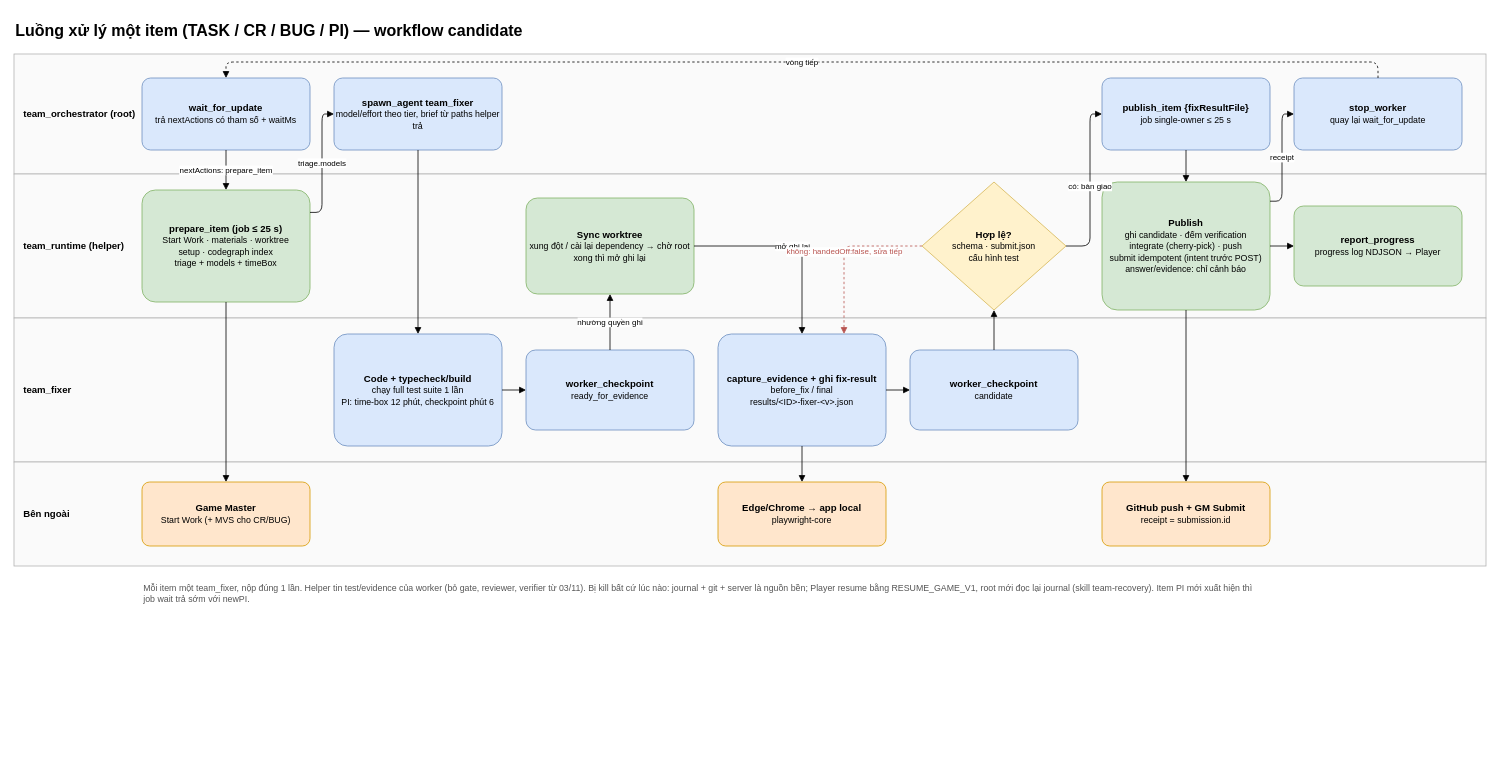
Above: page "Luồng một item" (2 of 3) of docs/team-pack/architecture.drawio in vinh27012004/backlog-agent (draw.io), before the change. Source tidied: cells renumbered, new cells numbered last; positions are measured from the earlier drawing's top-left corner, leaving out a move shared by most shapes. Both pictures are drawn from the tidied source at 80%, with x=0, y=0 at pixel (14, 14).
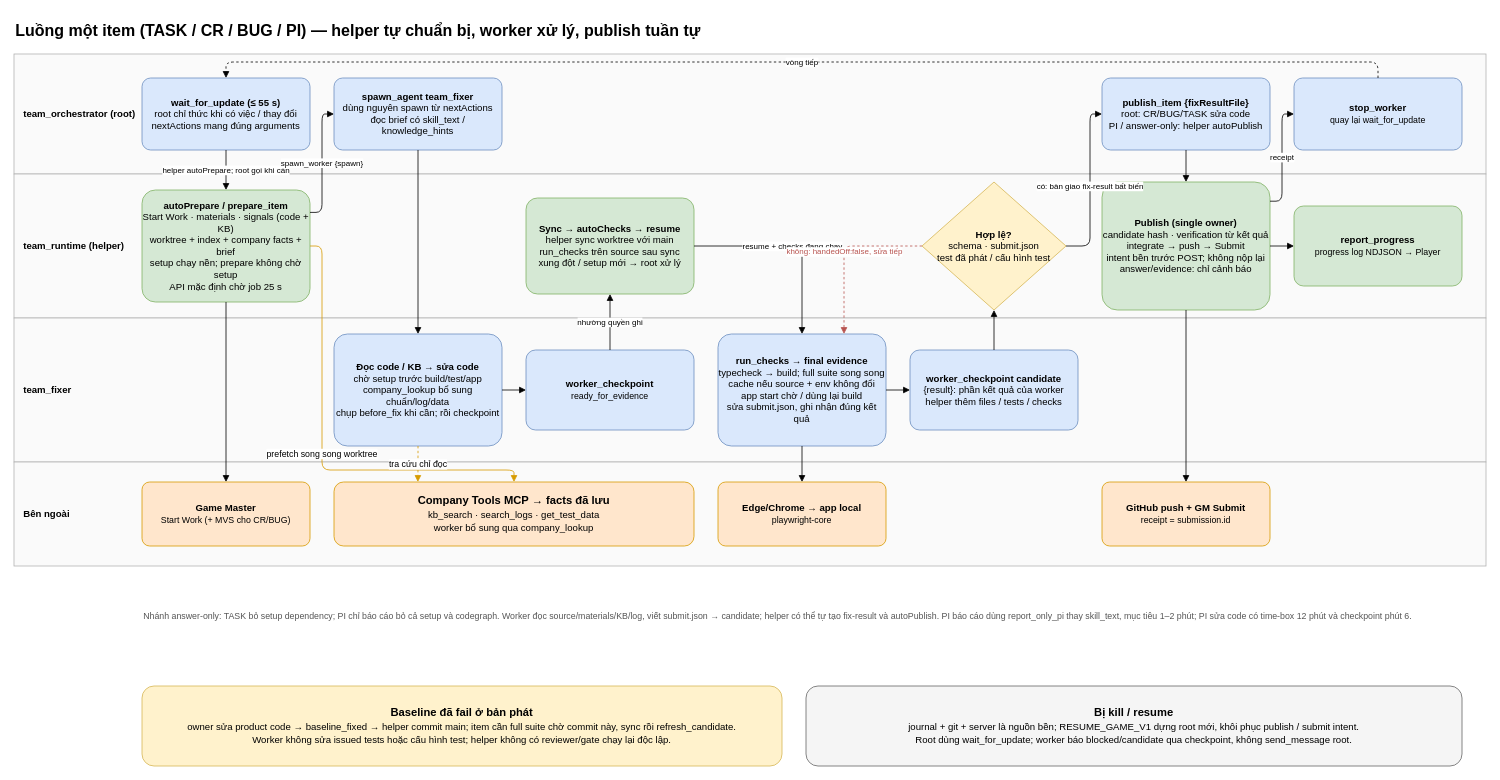
The same diagram, later.

What changed in the source:
```diff
@@
-    <mxCell id="2" value="Luồng xử lý một item (TASK / CR / BUG / PI) — workflow candidate" style="text;html=1;align=left;verticalAlign=middle;fontSize=20;fontStyle=1;" parent="1" vertex="1">
-      <mxGeometry width="1200" height="40" as="geometry" />
+    <mxCell id="2" value="Luồng một item (TASK / CR / BUG / PI) — helper tự chuẩn bị, worker xử lý, publish tuần tự" style="text;html=1;align=left;verticalAlign=middle;fontSize=20;fontStyle=1;" parent="1" vertex="1">
+      <mxGeometry width="1810" height="40" as="geometry" />
     </mxCell>
@@
-    <mxCell id="7" value="&lt;b&gt;wait_for_update&lt;/b&gt;&lt;br&gt;&lt;font style=&quot;font-size:11px&quot;&gt;trả nextActions có tham số + waitMs&lt;/font&gt;" style="rounded=1;whiteSpace=wrap;html=1;arcSize=12;fillColor=#dae8fc;strokeColor=#6c8ebf;" parent="1" vertex="1">
+    <mxCell id="7" value="&lt;b&gt;wait_for_update (≤ 55 s)&lt;/b&gt;&lt;br&gt;&lt;font style=&quot;font-size:12px&quot;&gt;root chỉ thức khi có việc / thay đổi&lt;br&gt;nextActions mang đúng arguments&lt;/font&gt;" style="rounded=1;whiteSpace=wrap;html=1;arcSize=12;fillColor=#dae8fc;strokeColor=#6c8ebf;" parent="1" vertex="1">
       <mxGeometry x="160" y="80" width="210" height="90" as="geometry" />
     </mxCell>
-    <mxCell id="8" value="&lt;b&gt;prepare_item (job ≤ 25 s)&lt;/b&gt;&lt;br&gt;&lt;font style=&quot;font-size:11px&quot;&gt;Start Work · materials · worktree&lt;br&gt;setup · codegraph index&lt;br&gt;triage + models + timeBox&lt;/font&gt;" style="rounded=1;whiteSpace=wrap;html=1;arcSize=12;fillColor=#d5e8d4;strokeColor=#82b366;" parent="1" vertex="1">
+    <mxCell id="8" value="&lt;b&gt;autoPrepare / prepare_item&lt;/b&gt;&lt;br&gt;&lt;font style=&quot;font-size:12px&quot;&gt;Start Work · materials · signals (code + KB)&lt;br&gt;worktree + index + company facts + brief&lt;br&gt;setup chạy nền; prepare không chờ setup&lt;br&gt;API mặc định chờ job 25 s&lt;/font&gt;" style="rounded=1;whiteSpace=wrap;html=1;arcSize=12;fillColor=#d5e8d4;strokeColor=#82b366;" parent="1" vertex="1">
       <mxGeometry x="160" y="220" width="210" height="140" as="geometry" />
     </mxCell>
@@
-    <mxCell id="10" value="&lt;b&gt;spawn_agent team_fixer&lt;/b&gt;&lt;br&gt;&lt;font style=&quot;font-size:11px&quot;&gt;model/effort theo tier, brief từ paths helper trả&lt;/font&gt;" style="rounded=1;whiteSpace=wrap;html=1;arcSize=12;fillColor=#dae8fc;strokeColor=#6c8ebf;" parent="1" vertex="1">
+    <mxCell id="10" value="&lt;b&gt;spawn_agent team_fixer&lt;/b&gt;&lt;br&gt;&lt;font style=&quot;font-size:12px&quot;&gt;dùng nguyên spawn từ nextActions&lt;br&gt;đọc brief có skill_text / knowledge_hints&lt;/font&gt;" style="rounded=1;whiteSpace=wrap;html=1;arcSize=12;fillColor=#dae8fc;strokeColor=#6c8ebf;" parent="1" vertex="1">
       <mxGeometry x="400" y="80" width="210" height="90" as="geometry" />
     </mxCell>
-    <mxCell id="11" value="&lt;b&gt;Code + typecheck/build&lt;/b&gt;&lt;br&gt;&lt;font style=&quot;font-size:11px&quot;&gt;chạy full test suite 1 lần&lt;br&gt;PI: time-box 12 phút, checkpoint phút 6&lt;/font&gt;" style="rounded=1;whiteSpace=wrap;html=1;arcSize=12;fillColor=#dae8fc;strokeColor=#6c8ebf;" parent="1" vertex="1">
+    <mxCell id="11" value="&lt;b&gt;Đọc code / KB → sửa code&lt;/b&gt;&lt;br&gt;&lt;font style=&quot;font-size:12px&quot;&gt;chờ setup trước build/test/app&lt;br&gt;company_lookup bổ sung chuẩn/log/data&lt;br&gt;chụp before_fix khi cần; rồi checkpoint&lt;/font&gt;" style="rounded=1;whiteSpace=wrap;html=1;arcSize=12;fillColor=#dae8fc;strokeColor=#6c8ebf;" parent="1" vertex="1">
       <mxGeometry x="400" y="400" width="210" height="140" as="geometry" />
     </mxCell>
@@
-    <mxCell id="13" value="&lt;b&gt;Sync worktree&lt;/b&gt;&lt;br&gt;&lt;font style=&quot;font-size:11px&quot;&gt;xung đột / cài lại dependency → chờ root&lt;br&gt;xong thì mở ghi lại&lt;/font&gt;" style="rounded=1;whiteSpace=wrap;html=1;arcSize=12;fillColor=#d5e8d4;strokeColor=#82b366;" parent="1" vertex="1">
+    <mxCell id="13" value="&lt;b&gt;Sync → autoChecks → resume&lt;/b&gt;&lt;br&gt;&lt;font style=&quot;font-size:12px&quot;&gt;helper sync worktree với main&lt;br&gt;run_checks trên source sau sync&lt;br&gt;xung đột / setup mới → root xử lý&lt;/font&gt;" style="rounded=1;whiteSpace=wrap;html=1;arcSize=12;fillColor=#d5e8d4;strokeColor=#82b366;" parent="1" vertex="1">
       <mxGeometry x="640" y="230" width="210" height="120" as="geometry" />
     </mxCell>
-    <mxCell id="14" value="&lt;b&gt;capture_evidence + ghi fix-result&lt;/b&gt;&lt;br&gt;&lt;font style=&quot;font-size:11px&quot;&gt;before_fix / final&lt;br&gt;results/&amp;lt;ID&amp;gt;-fixer-&amp;lt;v&amp;gt;.json&lt;/font&gt;" style="rounded=1;whiteSpace=wrap;html=1;arcSize=12;fillColor=#dae8fc;strokeColor=#6c8ebf;" parent="1" vertex="1">
+    <mxCell id="14" value="&lt;b&gt;run_checks → final evidence&lt;/b&gt;&lt;br&gt;&lt;font style=&quot;font-size:12px&quot;&gt;typecheck → build; full suite song song&lt;br&gt;cache nếu source + env không đổi&lt;br&gt;app start chờ / dùng lại build&lt;br&gt;sửa submit.json, ghi nhận đúng kết quả&lt;/font&gt;" style="rounded=1;whiteSpace=wrap;html=1;arcSize=12;fillColor=#dae8fc;strokeColor=#6c8ebf;" parent="1" vertex="1">
       <mxGeometry x="880" y="400" width="210" height="140" as="geometry" />
     </mxCell>
@@
-    <mxCell id="16" value="&lt;b&gt;worker_checkpoint&lt;/b&gt;&lt;br&gt;&lt;font style=&quot;font-size:11px&quot;&gt;candidate&lt;/font&gt;" style="rounded=1;whiteSpace=wrap;html=1;arcSize=12;fillColor=#dae8fc;strokeColor=#6c8ebf;" parent="1" vertex="1">
+    <mxCell id="16" value="&lt;b&gt;worker_checkpoint candidate&lt;/b&gt;&lt;br&gt;&lt;font style=&quot;font-size:12px&quot;&gt;{result}: phần kết quả của worker&lt;br&gt;helper thêm files / tests / checks&lt;/font&gt;" style="rounded=1;whiteSpace=wrap;html=1;arcSize=12;fillColor=#dae8fc;strokeColor=#6c8ebf;" parent="1" vertex="1">
       <mxGeometry x="1120" y="420" width="210" height="100" as="geometry" />
     </mxCell>
-    <mxCell id="17" value="&lt;b&gt;Hợp lệ?&lt;/b&gt;&lt;br&gt;&lt;font style=&quot;font-size:11px&quot;&gt;schema · submit.json&lt;br&gt;cấu hình test&lt;/font&gt;" style="rhombus;whiteSpace=wrap;html=1;fillColor=#fff2cc;strokeColor=#d6b656;" parent="1" vertex="1">
+    <mxCell id="17" value="&lt;b&gt;Hợp lệ?&lt;/b&gt;&lt;br&gt;&lt;font style=&quot;font-size:12px&quot;&gt;schema · submit.json&lt;br&gt;test đã phát / cấu hình test&lt;/font&gt;" style="rhombus;whiteSpace=wrap;html=1;fillColor=#fff2cc;strokeColor=#d6b656;" parent="1" vertex="1">
       <mxGeometry x="1135" y="210" width="180" height="160" as="geometry" />
     </mxCell>
-    <mxCell id="18" value="&lt;b&gt;publish_item {fixResultFile}&lt;/b&gt;&lt;br&gt;&lt;font style=&quot;font-size:11px&quot;&gt;job single-owner ≤ 25 s&lt;/font&gt;" style="rounded=1;whiteSpace=wrap;html=1;arcSize=12;fillColor=#dae8fc;strokeColor=#6c8ebf;" parent="1" vertex="1">
+    <mxCell id="18" value="&lt;b&gt;publish_item {fixResultFile}&lt;/b&gt;&lt;br&gt;&lt;font style=&quot;font-size:12px&quot;&gt;root: CR/BUG/TASK sửa code&lt;br&gt;PI / answer-only: helper autoPublish&lt;/font&gt;" style="rounded=1;whiteSpace=wrap;html=1;arcSize=12;fillColor=#dae8fc;strokeColor=#6c8ebf;" parent="1" vertex="1">
       <mxGeometry x="1360" y="80" width="210" height="90" as="geometry" />
     </mxCell>
-    <mxCell id="19" value="&lt;b&gt;Publish&lt;/b&gt;&lt;br&gt;&lt;font style=&quot;font-size:11px&quot;&gt;ghi candidate · đếm verification&lt;br&gt;integrate (cherry-pick) · push&lt;br&gt;submit idempotent (intent trước POST)&lt;br&gt;answer/evidence: chỉ cảnh báo&lt;/font&gt;" style="rounded=1;whiteSpace=wrap;html=1;arcSize=12;fillColor=#d5e8d4;strokeColor=#82b366;" parent="1" vertex="1">
+    <mxCell id="19" value="&lt;b&gt;Publish (single owner)&lt;/b&gt;&lt;br&gt;&lt;font style=&quot;font-size:12px&quot;&gt;candidate hash · verification từ kết quả&lt;br&gt;integrate → push → Submit&lt;br&gt;intent bền trước POST; không nộp lại&lt;br&gt;answer/evidence: chỉ cảnh báo&lt;/font&gt;" style="rounded=1;whiteSpace=wrap;html=1;arcSize=12;fillColor=#d5e8d4;strokeColor=#82b366;" parent="1" vertex="1">
       <mxGeometry x="1360" y="210" width="210" height="160" as="geometry" />
     </mxCell>
@@
-    <mxCell id="23" value="nextActions: prepare_item" style="edgeStyle=orthogonalEdgeStyle;rounded=1;html=1;endArrow=block;endFill=1;fontSize=10;labelBackgroundColor=#ffffff;exitX=0.5;exitY=1;entryX=0.5;entryY=0;" parent="1" edge="1" source="7" target="8">
+    <mxCell id="23" value="helper autoPrepare; root gọi khi cần" style="edgeStyle=orthogonalEdgeStyle;rounded=1;html=1;endArrow=block;endFill=1;fontSize=10;labelBackgroundColor=#ffffff;exitX=0.5;exitY=1;entryX=0.5;entryY=0;" parent="1" edge="1" source="7" target="8">
       <mxGeometry relative="1" as="geometry" />
     </mxCell>
@@
-    <mxCell id="25" value="triage.models" style="edgeStyle=orthogonalEdgeStyle;rounded=1;html=1;endArrow=block;endFill=1;fontSize=10;labelBackgroundColor=#ffffff;exitX=1;exitY=0.2;entryX=0;entryY=0.5;" parent="1" edge="1" source="8" target="10">
+    <mxCell id="25" value="spawn_worker {spawn}" style="edgeStyle=orthogonalEdgeStyle;rounded=1;html=1;endArrow=block;endFill=1;fontSize=10;labelBackgroundColor=#ffffff;exitX=1;exitY=0.2;entryX=0;entryY=0.5;" parent="1" edge="1" source="8" target="10">
       <mxGeometry relative="1" as="geometry">
         <Array as="points">
           <mxPoint x="385" y="248" />
           <mxPoint x="385" y="125" />
         </Array>
       </mxGeometry>
     </mxCell>
@@
-    <mxCell id="29" value="mở ghi lại" style="edgeStyle=orthogonalEdgeStyle;rounded=1;html=1;endArrow=block;endFill=1;fontSize=10;labelBackgroundColor=#ffffff;exitX=1;exitY=0.5;entryX=0.5;entryY=0;" parent="1" edge="1" source="13" target="14">
+    <mxCell id="29" value="resume + checks đang chạy" style="edgeStyle=orthogonalEdgeStyle;rounded=1;html=1;endArrow=block;endFill=1;fontSize=10;labelBackgroundColor=#ffffff;exitX=1;exitY=0.5;entryX=0.5;entryY=0;" parent="1" edge="1" source="13" target="14">
       <mxGeometry relative="1" as="geometry">
         <Array as="points">
           <mxPoint x="985" y="290" />
         </Array>
       </mxGeometry>
     </mxCell>
@@
-    <mxCell id="34" value="có: bàn giao" style="edgeStyle=orthogonalEdgeStyle;rounded=1;html=1;endArrow=block;endFill=1;fontSize=10;labelBackgroundColor=#ffffff;exitX=1;exitY=0.5;entryX=0;entryY=0.5;" parent="1" edge="1" source="17" target="18">
+    <mxCell id="34" value="có: bàn giao fix-result bất biến" style="edgeStyle=orthogonalEdgeStyle;rounded=1;html=1;endArrow=block;endFill=1;fontSize=10;labelBackgroundColor=#ffffff;exitX=1;exitY=0.5;entryX=0;entryY=0.5;" parent="1" edge="1" source="17" target="18">
       <mxGeometry relative="1" as="geometry">
         <Array as="points">
           <mxPoint x="1345" y="290" />
           <mxPoint x="1345" y="125" />
         </Array>
       </mxGeometry>
     </mxCell>
@@
-    <mxCell id="40" value="Mỗi item một team_fixer, nộp đúng 1 lần. Helper tin test/evidence của worker (bỏ gate, reviewer, verifier từ 03/11). Bị kill bất cứ lúc nào: journal + git + server là nguồn bền; Player resume bằng RESUME_GAME_V1, root mới đọc lại journal (skill team-recovery). Item PI mới xuất hiện thì job wait trả sớm với newPI." style="text;html=1;align=left;verticalAlign=top;whiteSpace=wrap;fontSize=11;fontColor=#555555;" parent="1" vertex="1">
-      <mxGeometry x="160" y="705" width="1400" height="50" as="geometry" />
+    <mxCell id="40" value="Nhánh answer-only: TASK bỏ setup dependency; PI chỉ báo cáo bỏ cả setup và codegraph. Worker đọc source/materials/KB/log, viết submit.json → candidate; helper có thể tự tạo fix-result và autoPublish. PI báo cáo dùng report_only_pi thay skill_text, mục tiêu 1–2 phút; PI sửa code có time-box 12 phút và checkpoint phút 6." style="text;html=1;align=left;verticalAlign=top;whiteSpace=wrap;fontSize=11;fontColor=#555555;" parent="1" vertex="1">
+      <mxGeometry x="160" y="740" width="1650" height="80" as="geometry" />
     </mxCell>
+    <mxCell id="41" value="&lt;b&gt;Company Tools MCP → facts đã lưu&lt;/b&gt;&lt;br&gt;&lt;font style=&quot;font-size:12px&quot;&gt;kb_search · search_logs · get_test_data&lt;br&gt;worker bổ sung qua company_lookup&lt;/font&gt;" style="rounded=1;whiteSpace=wrap;html=1;fontSize=14;spacing=10;fillColor=#ffe6cc;strokeColor=#d79b00;" parent="1" vertex="1">
+      <mxGeometry x="400" y="585" width="450" height="80" as="geometry" />
+    </mxCell>
+    <mxCell id="42" value="prefetch song song worktree" style="edgeStyle=orthogonalEdgeStyle;rounded=1;html=1;endArrow=block;endFill=1;fontSize=11;labelBackgroundColor=#ffffff;exitX=1;exitY=0.5;entryX=0.5;entryY=0;strokeColor=#d79b00;" parent="1" edge="1" source="8" target="41">
+      <mxGeometry relative="1" as="geometry">
+        <Array as="points">
+          <mxPoint x="385" y="290" />
+          <mxPoint x="385" y="570" />
+          <mxPoint x="625" y="570" />
+        </Array>
+      </mxGeometry>
+    </mxCell>
+    <mxCell id="43" value="tra cứu chỉ đọc" style="edgeStyle=orthogonalEdgeStyle;rounded=1;html=1;endArrow=block;endFill=1;fontSize=11;labelBackgroundColor=#ffffff;exitX=0.5;exitY=1;entryX=0.233;entryY=0;dashed=1;strokeColor=#d79b00;" parent="1" edge="1" source="11" target="41">
+      <mxGeometry relative="1" as="geometry" />
+    </mxCell>
+    <mxCell id="44" value="&lt;b&gt;Baseline đã fail ở bản phát&lt;/b&gt;&lt;br&gt;&lt;font style=&quot;font-size:12px&quot;&gt;owner sửa product code → baseline_fixed → helper commit main; item cần full suite chờ commit này, sync rồi refresh_candidate.&lt;br&gt;Worker không sửa issued tests hoặc cấu hình test; helper không có reviewer/gate chạy lại độc lập.&lt;/font&gt;" style="rounded=1;whiteSpace=wrap;html=1;fontSize=14;spacing=10;fillColor=#fff2cc;strokeColor=#d6b656;" parent="1" vertex="1">
+      <mxGeometry x="160" y="840" width="800" height="100" as="geometry" />
+    </mxCell>
+    <mxCell id="45" value="&lt;b&gt;Bị kill / resume&lt;/b&gt;&lt;br&gt;&lt;font style=&quot;font-size:12px&quot;&gt;journal + git + server là nguồn bền; RESUME_GAME_V1 dựng root mới, khôi phục publish / submit intent.&lt;br&gt;Root dùng wait_for_update; worker báo blocked/candidate qua checkpoint, không send_message root.&lt;/font&gt;" style="rounded=1;whiteSpace=wrap;html=1;fontSize=14;spacing=10;fillColor=#f5f5f5;strokeColor=#666666;" parent="1" vertex="1">
+      <mxGeometry x="990" y="840" width="820" height="100" as="geometry" />
+    </mxCell>
```
